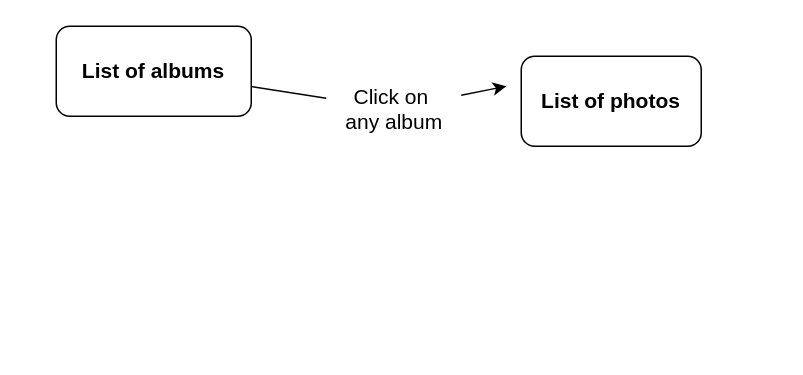
Before: src/session-5/album.drawio in Nayak1703/React_learning, a draw.io diagram. Source tidied: cells renumbered, new cells numbered last; positions are measured from the earlier drawing's top-left corner, leaving out a move shared by most shapes. Both pictures are drawn from the tidied source at 150%, with x=0, y=0 at pixel (56, 26).
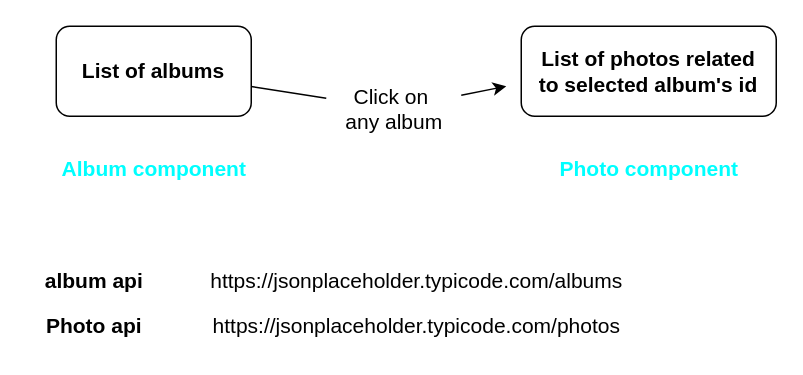
The same diagram, later.

Commit message (it also covers changes not shown here):
made the album-application

Diff of the diagram source:
```diff
@@
 <mxGraphModel>
   <root>
     <mxCell id="0" />
     <mxCell id="1" parent="0" />
     <mxCell id="2" style="edgeStyle=none;html=1;fontSize=14;startArrow=none;" parent="1" edge="1" source="6">
       <mxGeometry relative="1" as="geometry">
         <mxPoint x="300" y="40" as="targetPoint" />
       </mxGeometry>
     </mxCell>
     <mxCell id="3" value="&lt;font style=&quot;font-size: 14px;&quot;&gt;&lt;b&gt;List of albums&lt;/b&gt;&lt;/font&gt;" style="rounded=1;whiteSpace=wrap;html=1;" parent="1" vertex="1">
       <mxGeometry width="130" height="60" as="geometry" />
     </mxCell>
-    <mxCell id="4" value="&lt;b&gt;List of photos&lt;/b&gt;" style="rounded=1;whiteSpace=wrap;html=1;fontSize=14;" parent="1" vertex="1">
-      <mxGeometry x="310" y="20" width="120" height="60" as="geometry" />
+    <mxCell id="4" value="&lt;b&gt;List of photos related &lt;br&gt;to selected album's id&lt;br&gt;&lt;/b&gt;" style="rounded=1;whiteSpace=wrap;html=1;fontSize=14;" parent="1" vertex="1">
+      <mxGeometry x="310" width="170" height="60" as="geometry" />
     </mxCell>
     <mxCell id="5" style="edgeStyle=none;html=1;fontSize=14;endArrow=none;" parent="1" edge="1" source="3" target="6">
       <mxGeometry relative="1" as="geometry" />
     </mxCell>
     <mxCell id="6" value="Click on&amp;nbsp;&lt;br&gt;any album" style="text;html=1;align=center;verticalAlign=middle;points=[];strokeColor=none;fillColor=none;fontSize=14;" parent="1" vertex="1">
       <mxGeometry x="180" y="30" width="90" height="50" as="geometry" />
     </mxCell>
+    <mxCell id="7" value="&lt;font style=&quot;font-size: 14px;&quot;&gt;&lt;b&gt;album api&lt;/b&gt;&lt;/font&gt;" style="text;html=1;align=center;verticalAlign=middle;strokeColor=none;fillColor=none;" parent="1" vertex="1">
+      <mxGeometry x="-20" y="155" width="90" height="30" as="geometry" />
+    </mxCell>
+    <mxCell id="8" value="https://jsonplaceholder.typicode.com/albums" style="text;html=1;align=center;verticalAlign=middle;strokeColor=none;fillColor=none;fontSize=14;" parent="1" vertex="1">
+      <mxGeometry x="90" y="155" width="300" height="30" as="geometry" />
+    </mxCell>
+    <mxCell id="9" value="&lt;span style=&quot;font-size: 14px;&quot;&gt;&lt;b&gt;Photo api&lt;/b&gt;&lt;/span&gt;" style="text;html=1;align=center;verticalAlign=middle;strokeColor=none;fillColor=none;" parent="1" vertex="1">
+      <mxGeometry x="-20" y="185" width="90" height="30" as="geometry" />
+    </mxCell>
+    <mxCell id="10" value="https://jsonplaceholder.typicode.com/photos" style="text;html=1;align=center;verticalAlign=middle;strokeColor=none;fillColor=none;fontSize=14;" parent="1" vertex="1">
+      <mxGeometry x="90" y="185" width="300" height="30" as="geometry" />
+    </mxCell>
+    <mxCell id="11" value="Album component" style="text;html=1;align=center;verticalAlign=middle;fontSize=14;fontColor=#00FFFF;fontStyle=1;" parent="1" vertex="1">
+      <mxGeometry x="-10" y="80" width="150" height="30" as="geometry" />
+    </mxCell>
+    <mxCell id="12" value="Photo component" style="text;html=1;align=center;verticalAlign=middle;fontSize=14;fontColor=#00FFFF;fontStyle=1;" parent="1" vertex="1">
+      <mxGeometry x="325" y="80" width="140" height="30" as="geometry" />
+    </mxCell>
   </root>
 </mxGraphModel>
```
